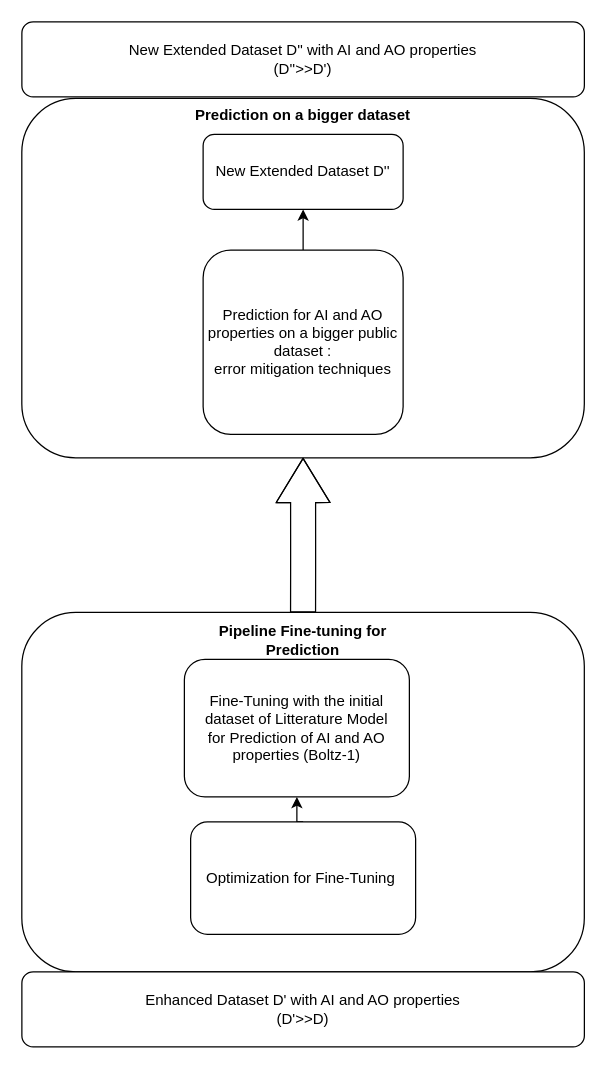
Earlier version of the draw.io diagram Images/Pipeline Data Prediction.drawio (qvelard/BiomolGeneration). Source tidied: cells renumbered, new cells numbered last; positions are measured from the earlier drawing's top-left corner, leaving out a move shared by most shapes. Both pictures are drawn from the tidied source at 125%, with x=0, y=0 at pixel (21, -4).
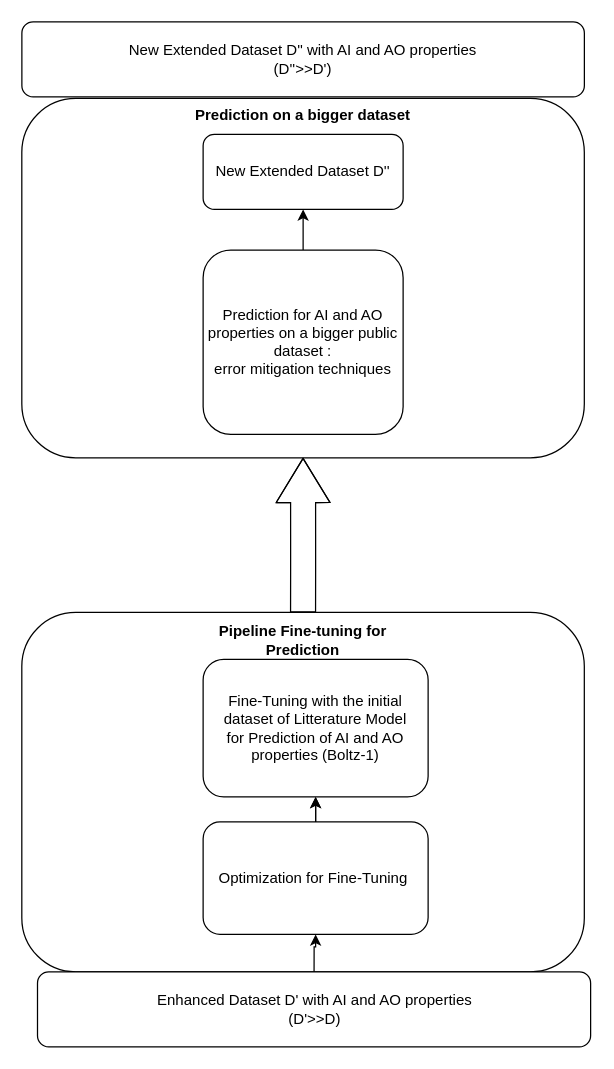
The same diagram, later.

Diff of the diagram source:
```diff
@@
 <mxGraphModel>
   <root>
     <mxCell id="0" />
     <mxCell id="1" parent="0" />
     <mxCell id="2" style="rounded=1;whiteSpace=wrap;html=1;fillColor=#FFFFFF;rotation=90;" parent="1" vertex="1">
       <mxGeometry x="81.2" y="411.2" width="287.5" height="450" as="geometry" />
     </mxCell>
     <mxCell id="3" value="&lt;b class=&quot;custom-cursor-default-hover&quot;&gt;Pipeline Fine-tuning for Prediction&lt;/b&gt;" style="text;html=1;align=center;verticalAlign=middle;whiteSpace=wrap;rounded=0;" parent="1" vertex="1">
       <mxGeometry x="135" y="500" width="180" height="30" as="geometry" />
     </mxCell>
+    <mxCell id="15" style="edgeStyle=orthogonalEdgeStyle;rounded=0;jettySize=auto;html=1;exitX=0.5;exitY=0;exitDx=0;exitDy=0;entryX=0.5;entryY=1;entryDx=0;entryDy=0;" parent="1" edge="1" source="5" target="6">
+      <mxGeometry relative="1" as="geometry" />
+    </mxCell>
     <mxCell id="4" style="edgeStyle=orthogonalEdgeStyle;rounded=0;jettySize=auto;html=1;exitX=0.5;exitY=0;exitDx=0;exitDy=0;entryX=0.5;entryY=1;entryDx=0;entryDy=0;" parent="1" edge="1" source="5" target="6">
       <mxGeometry relative="1" as="geometry" />
     </mxCell>
     <mxCell id="5" value="Optimization for Fine-Tuning&amp;nbsp;" style="rounded=1;whiteSpace=wrap;html=1;" parent="1" vertex="1">
-      <mxGeometry x="135" y="660" width="180" height="90" as="geometry" />
+      <mxGeometry x="145" y="660" width="180" height="90" as="geometry" />
     </mxCell>
     <mxCell id="6" value="Fine-Tuning with the initial dataset of Litterature Model&lt;div class=&quot;custom-cursor-default-hover&quot;&gt;for Prediction of AI and AO properties (Boltz-1)&lt;/div&gt;" style="rounded=1;whiteSpace=wrap;html=1;" parent="1" vertex="1">
-      <mxGeometry x="130" y="530" width="180" height="110" as="geometry" />
+      <mxGeometry x="145" y="530" width="180" height="110" as="geometry" />
     </mxCell>
     <mxCell id="7" style="rounded=1;whiteSpace=wrap;html=1;fillColor=#FFFFFF;rotation=90;" parent="1" vertex="1">
       <mxGeometry x="81.2" width="287.5" height="450" as="geometry" />
     </mxCell>
     <mxCell id="8" style="shape=flexArrow;endArrow=classic;html=1;rounded=0;entryX=1;entryY=0.5;entryDx=0;entryDy=0;exitX=0;exitY=0.5;exitDx=0;exitDy=0;endWidth=22;endSize=11.42;width=20;" parent="1" edge="1" source="2" target="7">
       <mxGeometry relative="1" as="geometry">
         <Array as="points">
           <mxPoint x="225" y="460" />
           <mxPoint x="225" y="430" />
         </Array>
       </mxGeometry>
     </mxCell>
     <mxCell id="9" style="edgeStyle=orthogonalEdgeStyle;rounded=0;jettySize=auto;html=1;exitX=0.5;exitY=0;exitDx=0;exitDy=0;" parent="1" edge="1" source="10" target="12">
       <mxGeometry relative="1" as="geometry" />
     </mxCell>
     <mxCell id="10" value="Prediction for AI and AO properties on a bigger public dataset :&lt;div&gt;error mitigation techniques&lt;/div&gt;" style="rounded=1;whiteSpace=wrap;html=1;" parent="1" vertex="1">
       <mxGeometry x="145" y="202.5" width="160" height="147.5" as="geometry" />
     </mxCell>
     <mxCell id="11" value="&lt;b&gt;Prediction on a bigger dataset&lt;/b&gt;" style="text;html=1;align=center;verticalAlign=middle;whiteSpace=wrap;rounded=0;" parent="1" vertex="1">
       <mxGeometry x="135" y="80" width="180" height="30" as="geometry" />
     </mxCell>
     <mxCell id="12" value="New Extended Dataset D''" style="rounded=1;whiteSpace=wrap;html=1;" parent="1" vertex="1">
       <mxGeometry x="145" y="110" width="160" height="60" as="geometry" />
     </mxCell>
+    <mxCell id="16" style="edgeStyle=orthogonalEdgeStyle;rounded=0;jettySize=auto;html=1;exitX=0.5;exitY=0;exitDx=0;exitDy=0;" parent="1" edge="1" source="13" target="5">
+      <mxGeometry relative="1" as="geometry" />
+    </mxCell>
     <mxCell id="13" value="Enhanced Dataset D' with AI and AO properties&lt;div&gt;(D'&amp;gt;&amp;gt;D)&lt;/div&gt;" style="rounded=1;whiteSpace=wrap;html=1;" parent="1" vertex="1">
-      <mxGeometry y="780" width="450" height="60" as="geometry" />
+      <mxGeometry x="12.5" y="780" width="442.5" height="60" as="geometry" />
     </mxCell>
     <mxCell id="14" value="New Extended Dataset D'' with AI and AO properties&lt;div&gt;(D''&amp;gt;&amp;gt;D')&lt;/div&gt;" style="rounded=1;whiteSpace=wrap;html=1;" parent="1" vertex="1">
       <mxGeometry y="20" width="450" height="60" as="geometry" />
     </mxCell>
   </root>
 </mxGraphModel>
```
